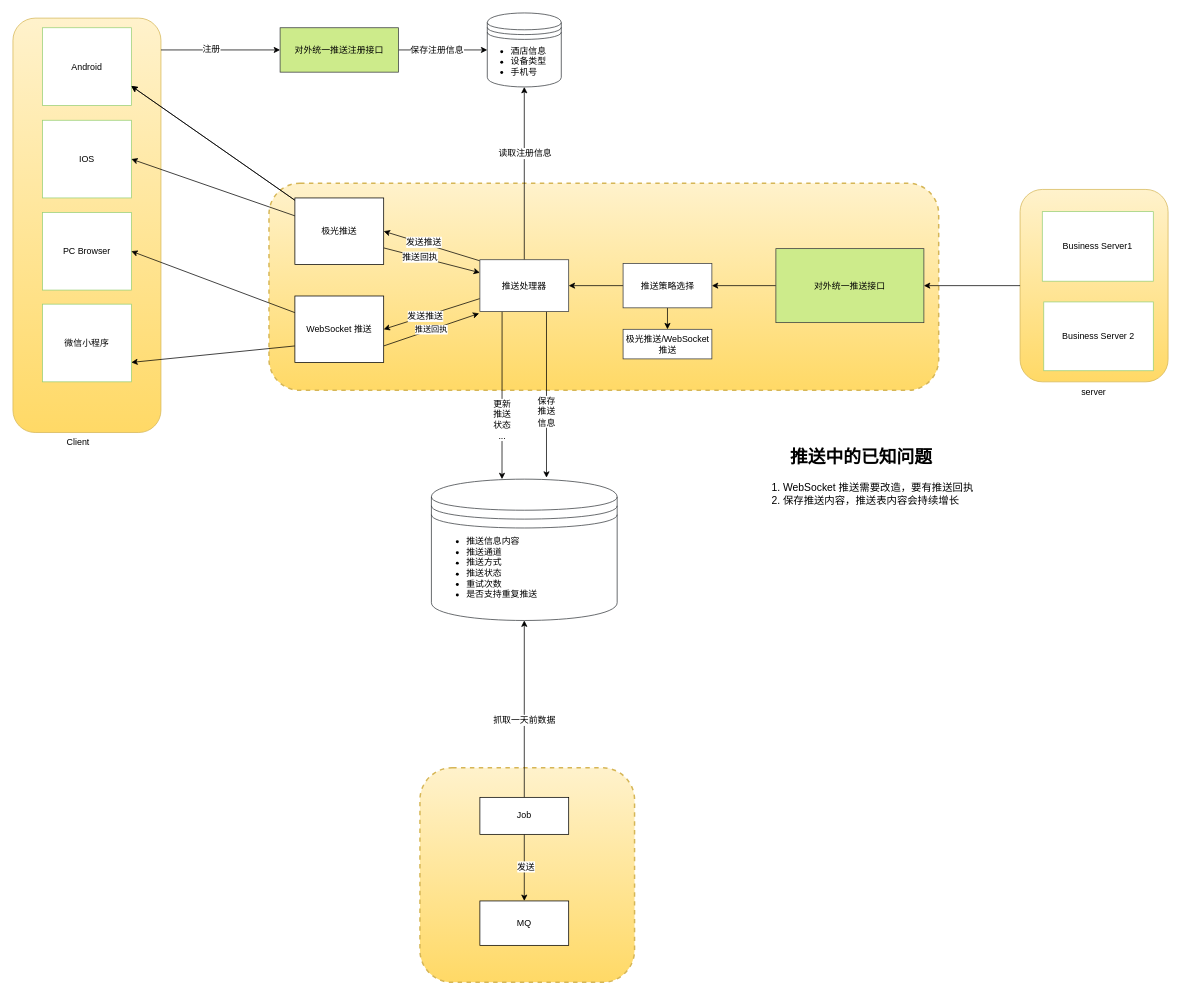
This is 推送方案.drawio from WithoutCause/draw.io, a draw.io file, before an edit. Source tidied: cells renumbered, new cells numbered last; positions are measured from the earlier drawing's top-left corner, leaving out a move shared by most shapes. Both pictures are drawn from the tidied source at 74%, with x=0, y=0 at pixel (13, 13).
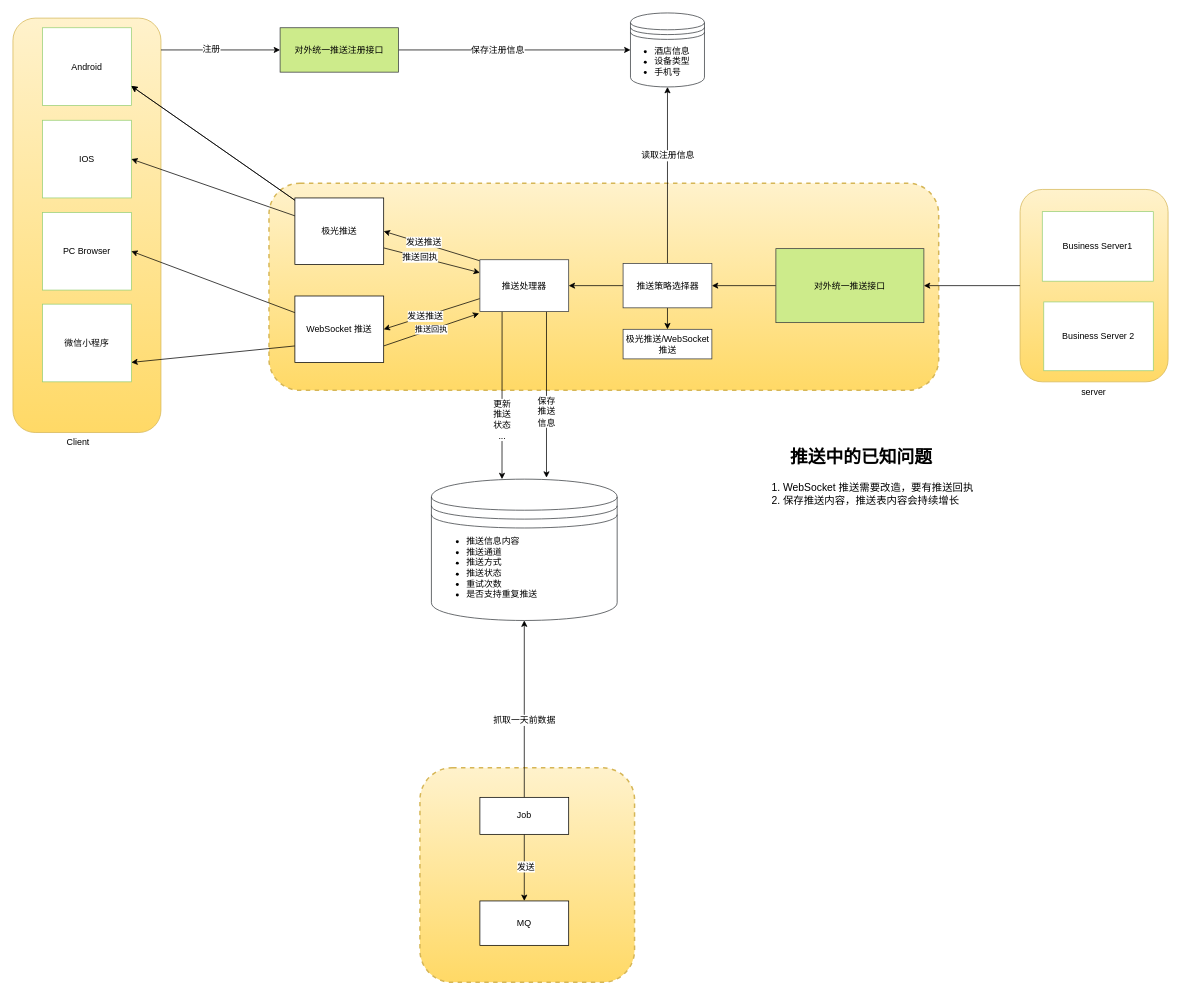
The same page after the edit.

Commit message:
更新推送方案.drawio

Unchanged cells that the change refers to:
```xml
<mxCell id="43" value="推送处理器" style="rounded=0;whiteSpace=wrap;html=1;strokeColor=#36393D;strokeWidth=1;gradientColor=#ffffff;direction=east;" parent="1" vertex="1">
  <mxGeometry x="631" y="333.5" width="120" height="70" as="geometry" />
</mxCell>
<mxCell id="58" style="shape=datastore;whiteSpace=wrap;html=1;rounded=1;strokeColor=#36393D;strokeWidth=1;gradientColor=none;" parent="57" vertex="1">
  <mxGeometry x="10" width="100" height="100" as="geometry" />
</mxCell>
```

What changed in the source:
```diff
@@
-    <mxCell id="30" style="edgeStyle=none;rounded=0;jettySize=auto;html=1;entryX=0.5;entryY=1;entryDx=0;entryDy=0;exitX=0.5;exitY=0;exitDx=0;exitDy=0;" parent="1" edge="1" source="43" target="58">
+    <mxCell id="30" style="edgeStyle=none;rounded=0;jettySize=auto;html=1;entryX=0.5;entryY=1;entryDx=0;entryDy=0;exitX=0.5;exitY=0;exitDx=0;exitDy=0;" parent="1" edge="1" source="34" target="58">
       <mxGeometry relative="1" as="geometry" />
     </mxCell>
@@
-    <mxCell id="34" value="推送策略选择" style="rounded=0;whiteSpace=wrap;html=1;strokeColor=#36393D;strokeWidth=1;gradientColor=#ffffff;direction=east;" parent="1" vertex="1">
+    <mxCell id="34" value="推送策略选择器" style="rounded=0;whiteSpace=wrap;html=1;strokeColor=#36393D;strokeWidth=1;gradientColor=#ffffff;direction=east;" parent="1" vertex="1">
       <mxGeometry x="824.5" y="338.5" width="120" height="60" as="geometry" />
     </mxCell>
@@
     <mxCell id="57" style="group;" parent="1" vertex="1">
-      <mxGeometry x="631" width="110" height="100" as="geometry" />
+      <mxGeometry x="824.5" width="110" height="100" as="geometry" />
     </mxCell>
```
